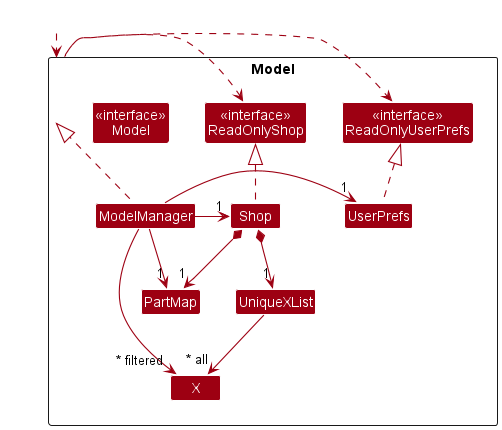
nus-cs2103-AY2223S2/tp keeps this PlantUML diagram as docs/images/ModelClassDiagram.png. Above is the earlier version.
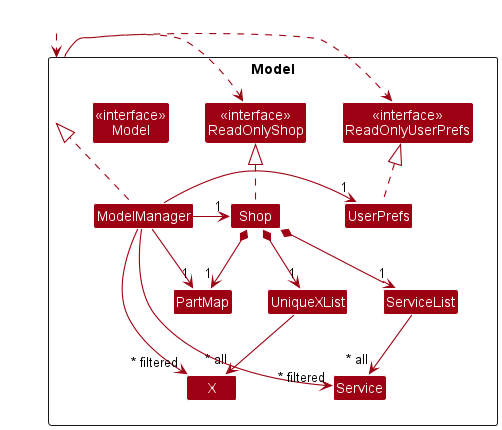
The same file after the commit.

Commit message:
Fix missing information about model.

Change to the diagram source:
```diff
@@ -14,7 +14,9 @@
 
 Class UniqueXList
 Class X
+Class Service
 Class PartMap
+Class ServiceList
 }
 
 Class HiddenOutside #FFFFFF
@@ -30,10 +32,14 @@
 UserPrefs .up.|> ReadOnlyUserPrefs
 
 Shop *--> "1" UniqueXList
+Shop *--> "1" ServiceList
 UniqueXList --> "~* all" X
 ModelManager -->"~* filtered" X
 
 Shop *--> "1" PartMap
 ModelManager -->"1" PartMap
 
+ServiceList --> "~* all" Service
+ModelManager -->"~* filtered" Service
+
 @enduml
```
